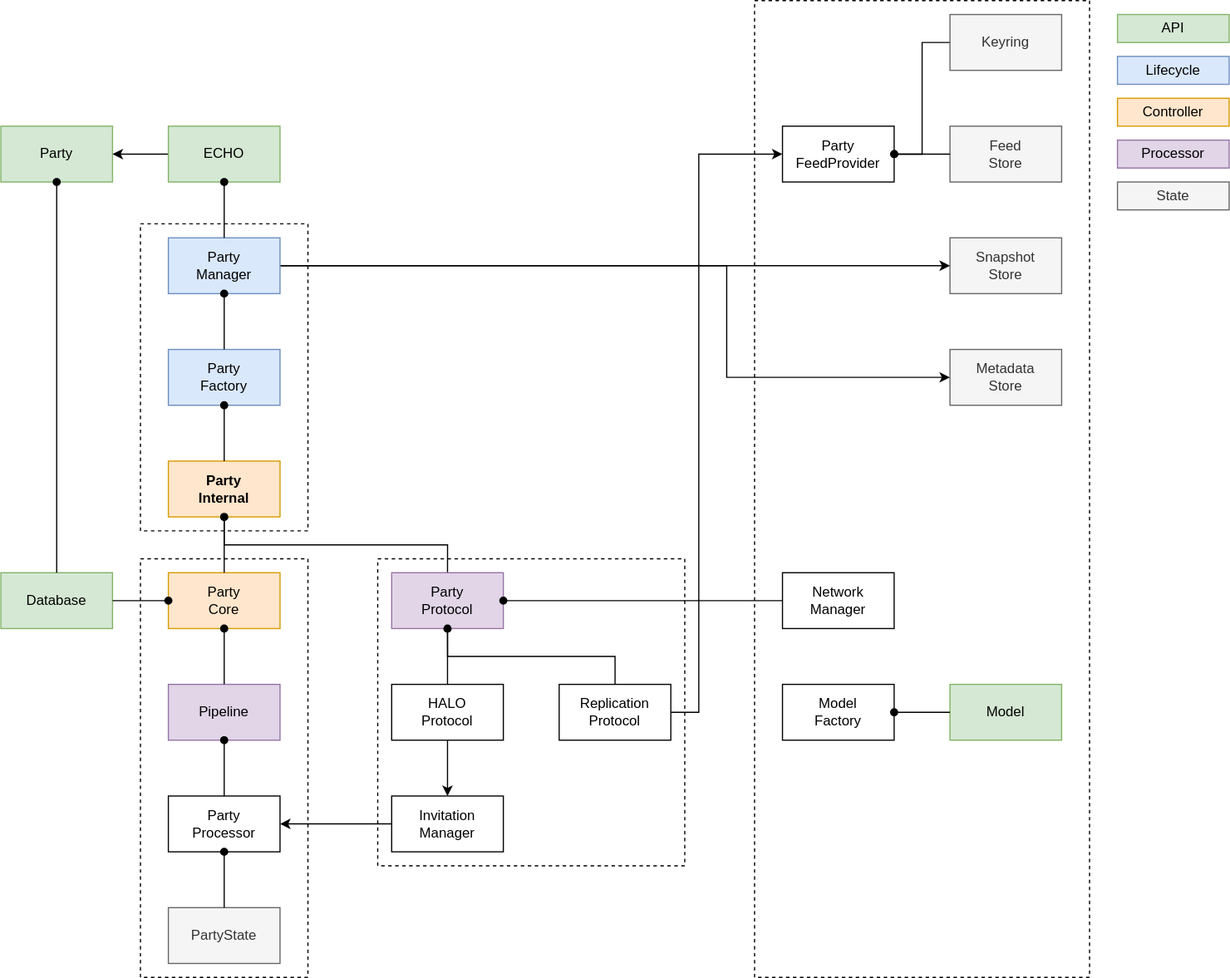
dxos/dxos keeps this draw.io diagram as docs/assets/diagrams/echo-db.drawio.svg. Above is the earlier version. Source tidied: cells renumbered, new cells last; positions are measured from the earlier drawing's top-left corner, leaving out a move shared by most shapes.
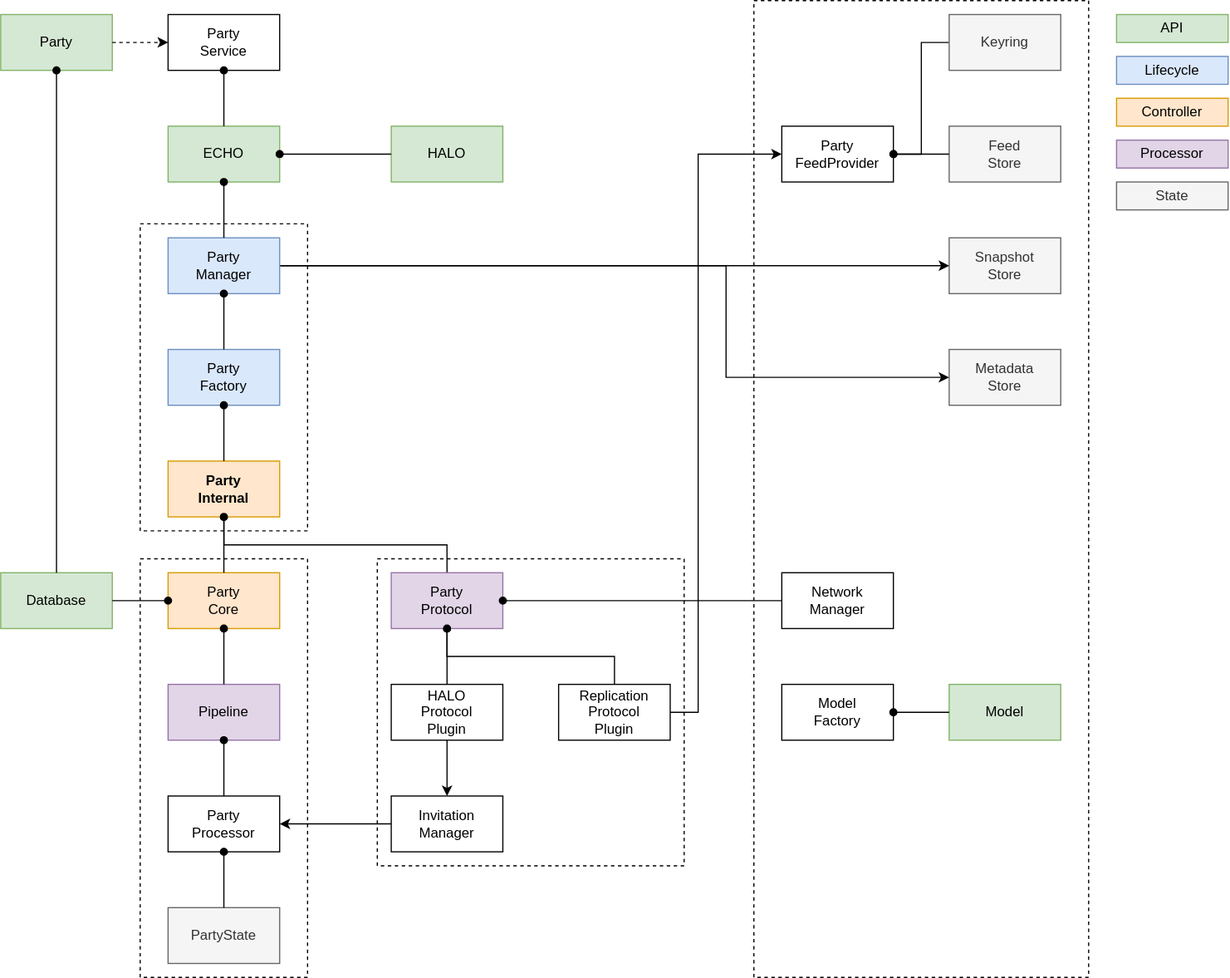
After the commit.

What changed in the source:
```diff
@@ -2,6 +2,15 @@
   <root>
     <mxCell id="0" />
     <mxCell id="1" parent="0" />
+    <mxCell id="47" style="rounded=0;whiteSpace=wrap;html=1;dashed=1;fillColor=none;" parent="1" vertex="1">
+      <mxGeometry x="120" y="192" width="144" height="264" as="geometry" />
+    </mxCell>
+    <mxCell id="49" style="rounded=0;whiteSpace=wrap;html=1;dashed=1;fillColor=none;" parent="1" vertex="1">
+      <mxGeometry x="120" y="480" width="144" height="360" as="geometry" />
+    </mxCell>
+    <mxCell id="54" style="rounded=0;whiteSpace=wrap;html=1;dashed=1;fillColor=none;" parent="1" vertex="1">
+      <mxGeometry x="324" y="480" width="264" height="264" as="geometry" />
+    </mxCell>
     <mxCell id="2" value="Party&lt;br&gt;Core" style="rounded=0;whiteSpace=wrap;html=1;fillColor=#ffe6cc;strokeColor=#d79b00;" parent="1" vertex="1">
       <mxGeometry x="144" y="492" width="96" height="48" as="geometry" />
     </mxCell>
@@ -24,7 +33,7 @@
       <mxGeometry x="144" y="588" width="96" height="48" as="geometry" />
     </mxCell>
     <mxCell id="9" value="Party" style="rounded=0;whiteSpace=wrap;html=1;fillColor=#d5e8d4;strokeColor=#82b366;" parent="1" vertex="1">
-      <mxGeometry y="108" width="96" height="48" as="geometry" />
+      <mxGeometry y="12" width="96" height="48" as="geometry" />
     </mxCell>
     <mxCell id="10" value="Party&lt;br&gt;Factory&lt;br&gt;" style="rounded=0;whiteSpace=wrap;html=1;fillColor=#dae8fc;strokeColor=#6c8ebf;" parent="1" vertex="1">
       <mxGeometry x="144" y="300" width="96" height="48" as="geometry" />
@@ -129,9 +138,6 @@
     <mxCell id="38" value="Party&lt;br&gt;Manager" style="rounded=0;whiteSpace=wrap;html=1;fillColor=#dae8fc;strokeColor=#6c8ebf;" parent="1" vertex="1">
       <mxGeometry x="144" y="204" width="96" height="48" as="geometry" />
     </mxCell>
-    <mxCell id="39" style="edgeStyle=orthogonalEdgeStyle;rounded=0;jettySize=auto;html=1;exitX=0;exitY=0.5;exitDx=0;exitDy=0;entryX=1;entryY=0.5;entryDx=0;entryDy=0;startArrow=none;startFill=0;endArrow=classic;endFill=1;" parent="1" edge="1" source="40" target="9">
-      <mxGeometry relative="1" as="geometry" />
-    </mxCell>
     <mxCell id="40" value="ECHO" style="rounded=0;whiteSpace=wrap;html=1;fillColor=#d5e8d4;strokeColor=#82b366;" parent="1" vertex="1">
       <mxGeometry x="144" y="108" width="96" height="48" as="geometry" />
     </mxCell>
@@ -153,29 +159,35 @@
     <mxCell id="46" value="Controller" style="rounded=0;whiteSpace=wrap;html=1;fillColor=#ffe6cc;strokeColor=#d79b00;" parent="1" vertex="1">
       <mxGeometry x="960" y="84" width="96" height="24" as="geometry" />
     </mxCell>
-    <mxCell id="47" style="rounded=0;whiteSpace=wrap;html=1;dashed=1;fillColor=none;" parent="1" vertex="1">
-      <mxGeometry x="120" y="192" width="144" height="264" as="geometry" />
-    </mxCell>
     <mxCell id="48" style="rounded=0;whiteSpace=wrap;html=1;dashed=1;fillColor=none;" parent="1" vertex="1">
       <mxGeometry x="648" width="288" height="840" as="geometry" />
     </mxCell>
-    <mxCell id="49" style="rounded=0;whiteSpace=wrap;html=1;dashed=1;fillColor=none;" parent="1" vertex="1">
-      <mxGeometry x="120" y="480" width="144" height="360" as="geometry" />
-    </mxCell>
     <mxCell id="50" style="edgeStyle=orthogonalEdgeStyle;rounded=0;jettySize=auto;html=1;exitX=0.5;exitY=1;exitDx=0;exitDy=0;startArrow=none;startFill=0;endArrow=classic;endFill=1;" parent="1" edge="1" source="51" target="15">
       <mxGeometry relative="1" as="geometry" />
     </mxCell>
-    <mxCell id="51" value="HALO&lt;br&gt;Protocol" style="rounded=0;whiteSpace=wrap;html=1;" parent="1" vertex="1">
+    <mxCell id="51" value="HALO&lt;br&gt;Protocol&lt;br&gt;Plugin" style="rounded=0;whiteSpace=wrap;html=1;" parent="1" vertex="1">
       <mxGeometry x="336" y="588" width="96" height="48" as="geometry" />
     </mxCell>
-    <mxCell id="52" value="Replication&lt;br&gt;Protocol" style="rounded=0;whiteSpace=wrap;html=1;" parent="1" vertex="1">
+    <mxCell id="52" value="Replication&lt;br&gt;Protocol&lt;br&gt;Plugin" style="rounded=0;whiteSpace=wrap;html=1;" parent="1" vertex="1">
       <mxGeometry x="480" y="588" width="96" height="48" as="geometry" />
     </mxCell>
     <mxCell id="53" style="edgeStyle=orthogonalEdgeStyle;rounded=0;jettySize=auto;html=1;exitX=0.5;exitY=1;exitDx=0;exitDy=0;startArrow=oval;startFill=1;endArrow=none;endFill=0;" parent="1" edge="1" source="18" target="51">
       <mxGeometry relative="1" as="geometry" />
     </mxCell>
-    <mxCell id="54" style="rounded=0;whiteSpace=wrap;html=1;dashed=1;fillColor=none;" parent="1" vertex="1">
-      <mxGeometry x="324" y="480" width="264" height="264" as="geometry" />
-    </mxCell>
+    <mxCell id="55" value="Party&lt;br&gt;Service" style="rounded=0;whiteSpace=wrap;html=1;" parent="1" vertex="1">
+      <mxGeometry x="144" y="12" width="96" height="48" as="geometry" />
+    </mxCell>
+    <mxCell id="56" style="edgeStyle=orthogonalEdgeStyle;rounded=0;jettySize=auto;html=1;exitX=0.5;exitY=1;exitDx=0;exitDy=0;startArrow=oval;startFill=1;endArrow=none;endFill=0;" parent="1" edge="1" source="55" target="40">
+      <mxGeometry relative="1" as="geometry" />
+    </mxCell>
+    <mxCell id="57" style="edgeStyle=orthogonalEdgeStyle;rounded=0;jettySize=auto;html=1;exitX=1;exitY=0.5;exitDx=0;exitDy=0;entryX=0;entryY=0.5;entryDx=0;entryDy=0;startArrow=none;startFill=0;endArrow=classic;endFill=1;dashed=1;" parent="1" edge="1" source="9" target="55">
+      <mxGeometry relative="1" as="geometry" />
+    </mxCell>
+    <mxCell id="58" value="HALO" style="rounded=0;whiteSpace=wrap;html=1;fillColor=#d5e8d4;strokeColor=#82b366;" parent="1" vertex="1">
+      <mxGeometry x="336" y="108" width="96" height="48" as="geometry" />
+    </mxCell>
+    <mxCell id="59" style="edgeStyle=orthogonalEdgeStyle;rounded=0;jettySize=auto;html=1;exitX=1;exitY=0.5;exitDx=0;exitDy=0;startArrow=oval;startFill=1;endArrow=none;endFill=0;" parent="1" edge="1" source="40" target="58">
+      <mxGeometry relative="1" as="geometry" />
+    </mxCell>
   </root>
 </mxGraphModel>
```
